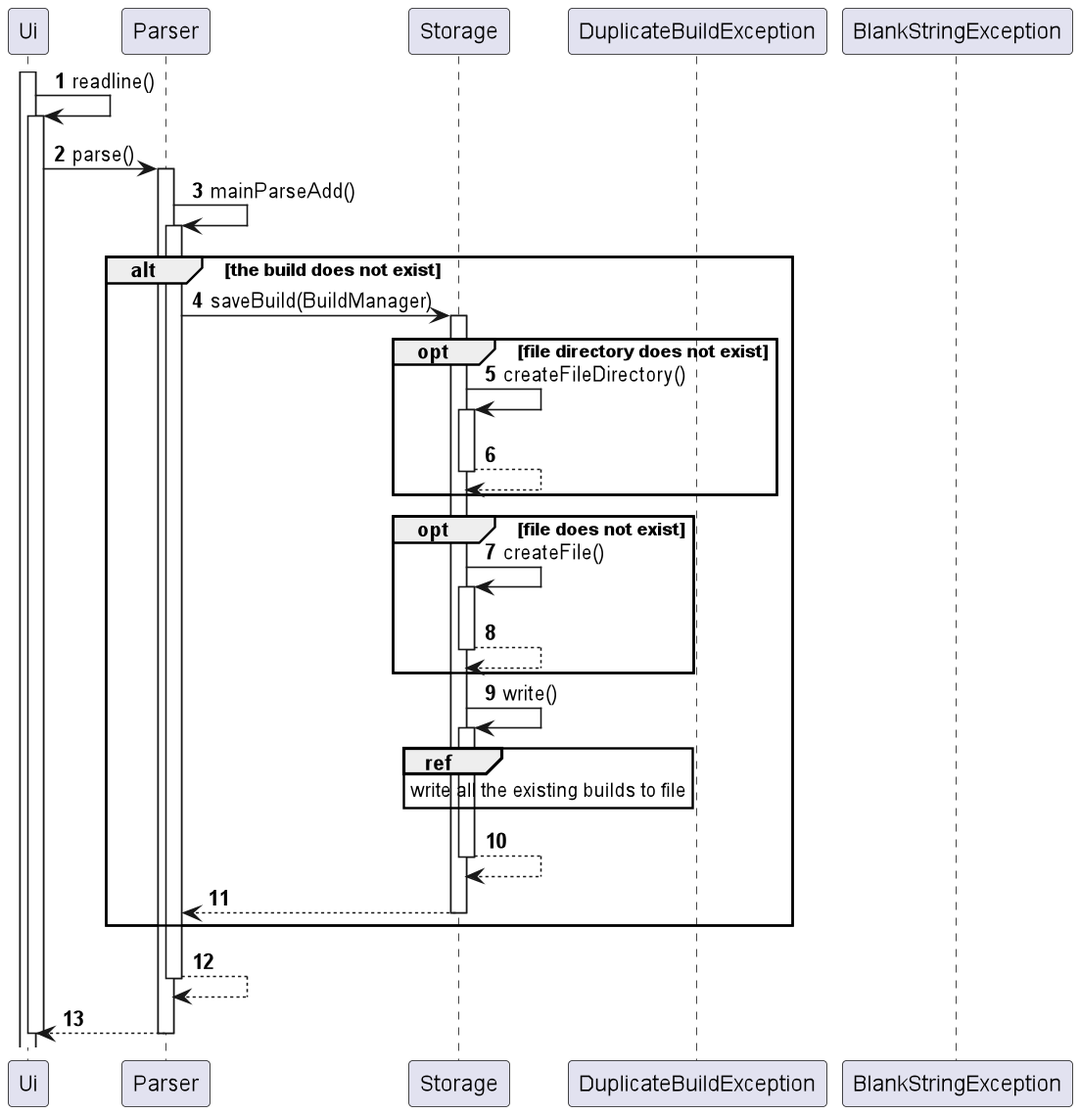
Before: docs/images/StorageSaveBuildSequence.png, a diagram exported from PlantUML (nus-cs2113-AY2223S1/tp). Its diagram source:
```plantuml
@startuml

autonumber
Participant "Ui" as Ui
Participant "Parser" as parser
Participant "Storage" as Storage
Participant "DuplicateBuildException" as DuplicateBuildException
Participant "BlankStringException" as BlankStringException

activate Ui
Ui -> Ui: readline()
activate Ui
Ui -> parser: parse()
activate parser
parser -> parser : mainParseAdd()
activate parser

alt the build does not exist
    parser -> Storage: saveBuild(BuildManager)
    activate Storage
    opt file directory does not exist
        Storage -> Storage: createFileDirectory()
        activate Storage
        return
    end
    opt file does not exist
        Storage -> Storage: createFile()
        activate Storage
        return
    end
    Storage -> Storage: write()
    activate Storage
    ref over Storage: write all the existing builds to file
    return
    return
end

return
return

deactivate Ui



@enduml
```
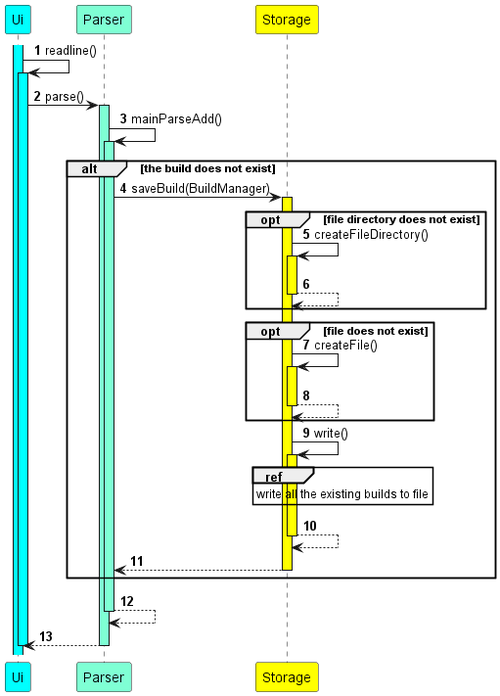
After the commit.

Commit message:
Reformatted the Add feature under Build Editing Mode

What changed in the source:
```diff
@@ -1,35 +1,33 @@
 @startuml
 
 autonumber
-Participant "Ui" as Ui
-Participant "Parser" as parser
-Participant "Storage" as Storage
-Participant "DuplicateBuildException" as DuplicateBuildException
-Participant "BlankStringException" as BlankStringException
+Participant "Ui" as Ui #Aqua
+Participant "Parser" as parser #AquaMarine
+Participant "Storage" as Storage #Yellow
 
-activate Ui
+activate Ui #Aqua
 Ui -> Ui: readline()
-activate Ui
+activate Ui #Aqua
 Ui -> parser: parse()
-activate parser
+activate parser #AquaMarine
 parser -> parser : mainParseAdd()
-activate parser
+activate parser #AquaMarine
 
 alt the build does not exist
     parser -> Storage: saveBuild(BuildManager)
-    activate Storage
+    activate Storage #Yellow
     opt file directory does not exist
         Storage -> Storage: createFileDirectory()
-        activate Storage
+        activate Storage #Yellow
         return
     end
     opt file does not exist
         Storage -> Storage: createFile()
-        activate Storage
+        activate Storage #Yellow
         return
     end
     Storage -> Storage: write()
-    activate Storage
+    activate Storage #Yellow
     ref over Storage: write all the existing builds to file
     return
     return
```
